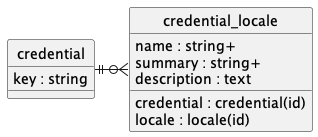
contactopensource/contactopensource keeps this PlantUML diagram as doc/concepts/credential/uml.png. Above is the earlier version.
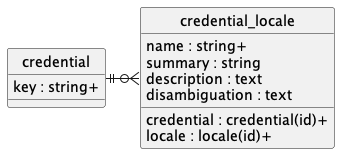
Later version of the same file.

Diff of the diagram source:
```diff
@@ -4,15 +4,16 @@
 hide circle
 
 entity credential {
-    key : string
+    key : string+
 }
 
 entity credential_locale {
-    credential : credential(id)
-    locale : locale(id)
+    credential : credential(id)+
+    locale : locale(id)+
     name : string+
-    summary : string+
+    summary : string
     description : text
+    disambiguation : text
 }
 
 credential ||-r-o{ credential_locale
```
